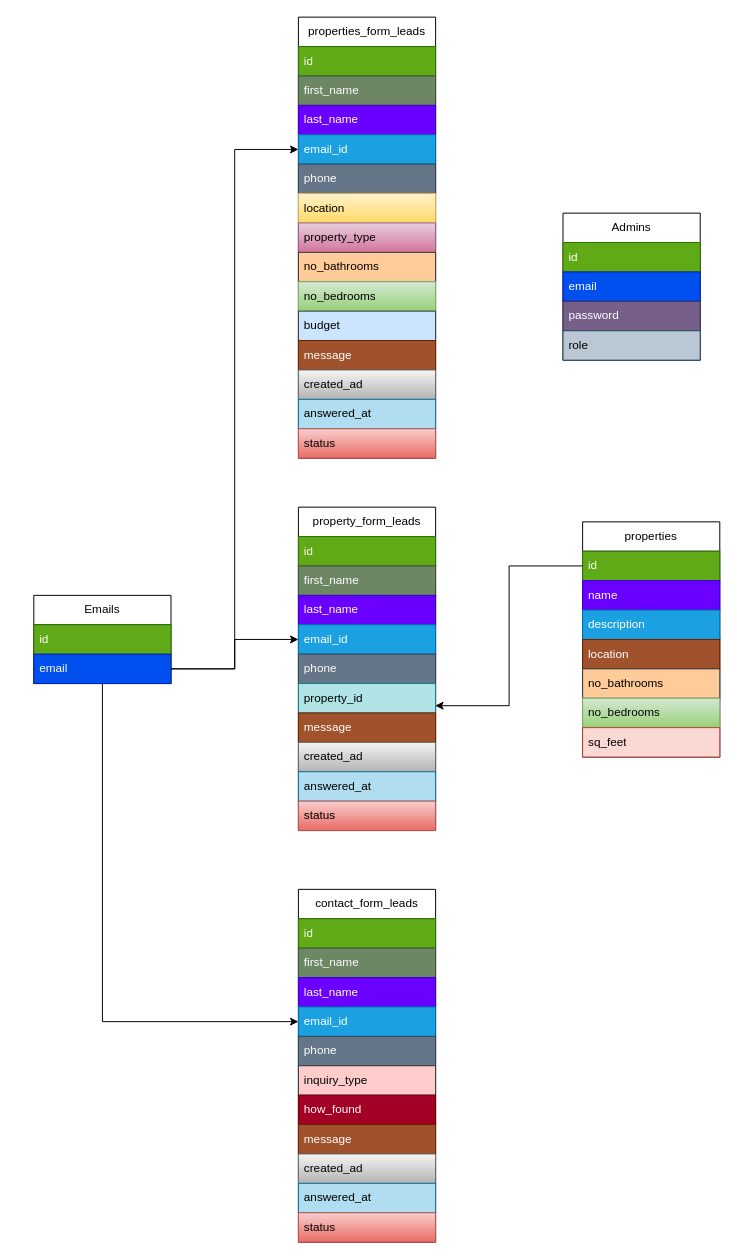
Earlier version of the draw.io diagram assets/docs/SQL_map.drawio (saintgregoire/RealEstateAgency). Source tidied: cells renumbered, new cells numbered last; positions are measured from the earlier drawing's top-left corner, leaving out a move shared by most shapes. Both pictures are drawn from the tidied source at 98%, with x=0, y=0 at pixel (33, 17).
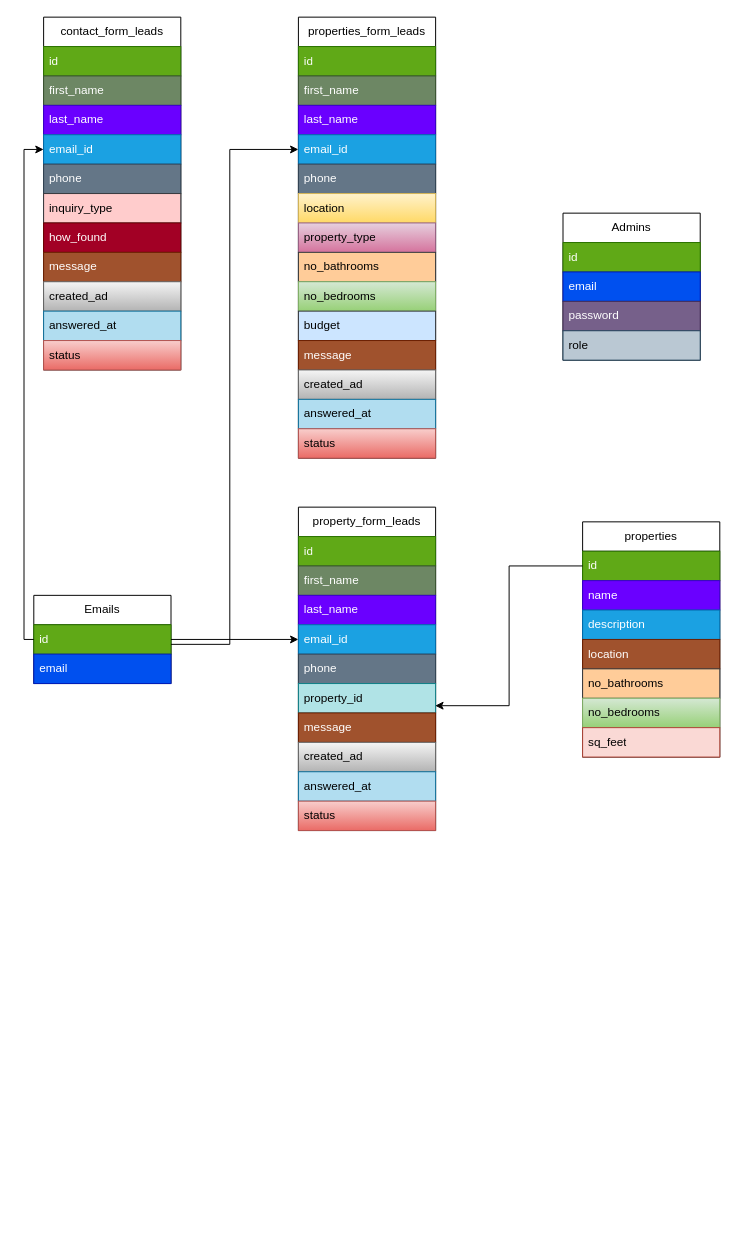
Above is the later version.

The change refers to these unchanged cells:
```xml
<mxCell id="3" value="Emails" style="swimlane;fontStyle=0;horizontal=1;startSize=30;whiteSpace=wrap;html=1;" parent="1" vertex="1">
  <mxGeometry y="590" width="140" height="90" as="geometry" />
</mxCell>
<mxCell id="4" value="id" style="text;strokeColor=#2D7600;fillColor=#60a917;align=left;verticalAlign=middle;spacingLeft=4;spacingRight=4;overflow=hidden;points=[[0,0.5],[1,0.5]];portConstraint=eastwest;whiteSpace=wrap;html=1;fontColor=#ffffff;" parent="3" vertex="1">
  <mxGeometry y="30" width="140" height="30" as="geometry" />
</mxCell>
<mxCell id="5" value="email" style="text;strokeColor=#001DBC;fillColor=#0050ef;align=left;verticalAlign=middle;spacingLeft=4;spacingRight=4;overflow=hidden;points=[[0,0.5],[1,0.5]];portConstraint=eastwest;whiteSpace=wrap;html=1;fontColor=#ffffff;" parent="3" vertex="1">
  <mxGeometry y="60" width="140" height="30" as="geometry" />
</mxCell>
<mxCell id="10" value="email_id" style="text;strokeColor=#006EAF;fillColor=#1ba1e2;align=left;verticalAlign=middle;spacingLeft=4;spacingRight=4;overflow=hidden;points=[[0,0.5],[1,0.5]];portConstraint=eastwest;whiteSpace=wrap;html=1;fontColor=#ffffff;" parent="6" vertex="1">
  <mxGeometry y="120" width="140" height="30" as="geometry" />
</mxCell>
<mxCell id="21" value="email_id" style="text;strokeColor=#006EAF;fillColor=#1ba1e2;align=left;verticalAlign=middle;spacingLeft=4;spacingRight=4;overflow=hidden;points=[[0,0.5],[1,0.5]];portConstraint=eastwest;whiteSpace=wrap;html=1;fontColor=#ffffff;" parent="17" vertex="1">
  <mxGeometry y="120" width="140" height="30" as="geometry" />
</mxCell>
<mxCell id="36" value="email_id" style="text;strokeColor=#006EAF;fillColor=#1ba1e2;align=left;verticalAlign=middle;spacingLeft=4;spacingRight=4;overflow=hidden;points=[[0,0.5],[1,0.5]];portConstraint=eastwest;whiteSpace=wrap;html=1;fontColor=#ffffff;" parent="32" vertex="1">
  <mxGeometry y="120" width="140" height="30" as="geometry" />
</mxCell>
```

Change to the diagram source:
```diff
@@
-    <mxCell id="2" style="edgeStyle=orthogonalEdgeStyle;rounded=0;jettySize=auto;html=1;entryX=0;entryY=0.5;entryDx=0;entryDy=0;" parent="1" edge="1" source="3" target="36">
-      <mxGeometry relative="1" as="geometry" />
-    </mxCell>
@@
     <mxCell id="32" value="contact_form_leads" style="swimlane;fontStyle=0;horizontal=1;startSize=30;whiteSpace=wrap;html=1;" parent="1" vertex="1">
-      <mxGeometry x="270" y="890" width="140" height="360" as="geometry" />
+      <mxGeometry x="10" width="140" height="360" as="geometry" />
     </mxCell>
@@
-    <mxCell id="49" style="edgeStyle=orthogonalEdgeStyle;rounded=0;jettySize=auto;html=1;entryX=0;entryY=0.5;entryDx=0;entryDy=0;" parent="1" edge="1" source="5" target="21">
-      <mxGeometry relative="1" as="geometry" />
+    <mxCell id="49" style="edgeStyle=orthogonalEdgeStyle;rounded=0;jettySize=auto;html=1;entryX=0;entryY=0.5;entryDx=0;entryDy=0;" parent="1" edge="1" target="21">
+      <mxGeometry relative="1" as="geometry">
+        <mxPoint x="140" y="640" as="sourcePoint" />
+        <Array as="points">
+          <mxPoint x="200" y="640" />
+          <mxPoint x="200" y="135" />
+        </Array>
+      </mxGeometry>
     </mxCell>
-    <mxCell id="50" style="edgeStyle=orthogonalEdgeStyle;rounded=0;jettySize=auto;html=1;entryX=0;entryY=0.5;entryDx=0;entryDy=0;" parent="1" edge="1" source="5" target="10">
+    <mxCell id="50" style="edgeStyle=orthogonalEdgeStyle;rounded=0;jettySize=auto;html=1;entryX=0;entryY=0.5;entryDx=0;entryDy=0;exitX=1;exitY=0.5;exitDx=0;exitDy=0;" parent="1" edge="1" source="4" target="10">
       <mxGeometry relative="1" as="geometry" />
     </mxCell>
@@
+    <mxCell id="60" style="edgeStyle=orthogonalEdgeStyle;rounded=0;jettySize=auto;html=1;entryX=0;entryY=0.5;entryDx=0;entryDy=0;" parent="1" edge="1" source="4" target="36">
+      <mxGeometry relative="1" as="geometry">
+        <Array as="points">
+          <mxPoint x="-10" y="635" />
+          <mxPoint x="-10" y="135" />
+        </Array>
+      </mxGeometry>
+    </mxCell>
```
